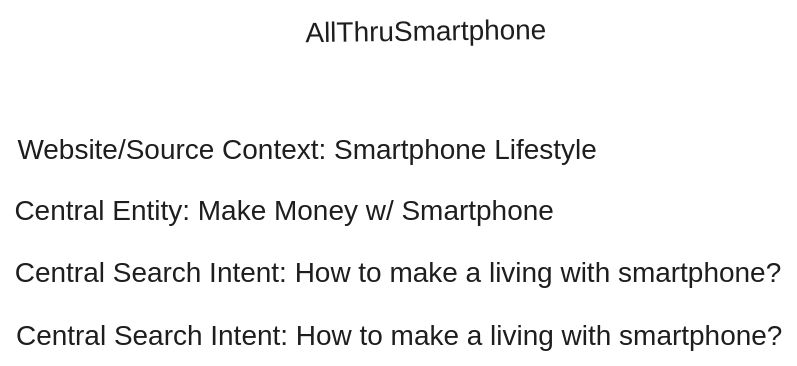
Before: QuickNotes/20240611 AllThruSmartphone Topical Map.excalidraw.svg, a diagram exported from Excalidraw (mshafat/noteshub). Source tidied: one line per element, renumbered; positions are measured from the earlier drawing's top-left corner, leaving out a move shared by most shapes. Its diagram source:
```json
{"id": 0, "type": "text", "text": "AllThruSmartphone", "strokeColor": "#1e1e1e", "angle": 6.27, "strokeWidth": 2, "roughness": 1, "fontSize": 20, "fontFamily": 2, "x": 208, "y": 0, "width": 172, "height": 23}
{"id": 1, "type": "text", "text": "Website/Source Context: Smartphone Lifestyle", "strokeColor": "#1e1e1e", "strokeWidth": 2, "roughness": 1, "fontSize": 20, "fontFamily": 2, "x": 2, "y": 85, "width": 414, "height": 23}
{"id": 2, "type": "text", "text": "Central Entity: Make Money w/ Smartphone", "strokeColor": "#1e1e1e", "strokeWidth": 2, "roughness": 1, "fontSize": 20, "fontFamily": 2, "x": 0, "y": 128, "width": 386, "height": 23}
{"id": 3, "type": "text", "text": "Central Search Intent: How to make a living with smartphone?", "strokeColor": "#1e1e1e", "strokeWidth": 2, "roughness": 1, "fontSize": 20, "fontFamily": 2, "x": 0, "y": 172, "width": 548, "height": 23}
{"id": 4, "type": "text", "text": "Central Search Intent: How to make a living with smartphone?", "strokeColor": "#1e1e1e", "strokeWidth": 2, "roughness": 1, "fontSize": 20, "fontFamily": 2, "x": 1, "y": 218, "width": 548, "height": 23}
```
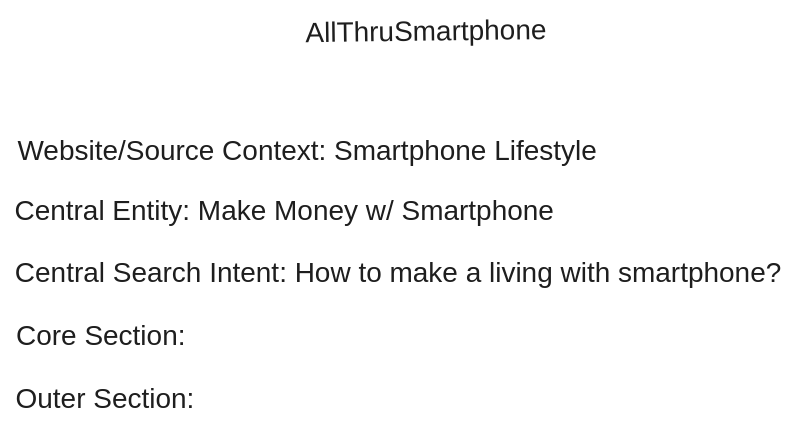
After the change.

What changed in the source:
```diff
@@ -2,4 +2,5 @@
 {"id": 1, "type": "text", "text": "Website/Source Context: Smartphone Lifestyle", "strokeColor": "#1e1e1e", "strokeWidth": 2, "roughness": 1, "fontSize": 20, "fontFamily": 2, "x": 2, "y": 85, "width": 414, "height": 23}
 {"id": 2, "type": "text", "text": "Central Entity: Make Money w/ Smartphone", "strokeColor": "#1e1e1e", "strokeWidth": 2, "roughness": 1, "fontSize": 20, "fontFamily": 2, "x": 0, "y": 128, "width": 386, "height": 23}
 {"id": 3, "type": "text", "text": "Central Search Intent: How to make a living with smartphone?", "strokeColor": "#1e1e1e", "strokeWidth": 2, "roughness": 1, "fontSize": 20, "fontFamily": 2, "x": 0, "y": 172, "width": 548, "height": 23}
-{"id": 4, "type": "text", "text": "Central Search Intent: How to make a living with smartphone?", "strokeColor": "#1e1e1e", "strokeWidth": 2, "roughness": 1, "fontSize": 20, "fontFamily": 2, "x": 1, "y": 218, "width": 548, "height": 23}
+{"id": 4, "type": "text", "text": "Core Section: ", "strokeColor": "#1e1e1e", "strokeWidth": 2, "roughness": 1, "fontSize": 20, "fontFamily": 2, "x": 1, "y": 218, "width": 127, "height": 23}
+{"id": 5, "type": "text", "text": "Outer Section: ", "strokeColor": "#1e1e1e", "strokeWidth": 2, "roughness": 1, "fontSize": 20, "fontFamily": 2, "x": 1, "y": 262, "width": 133, "height": 23}
```
